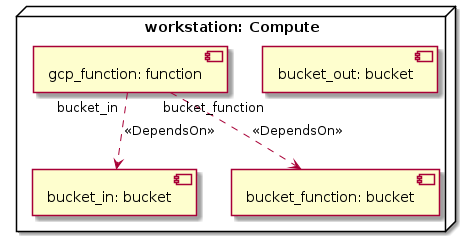
The PlantUML diagram diagrams/cloud-gcp-thumbnail-generator-service-uml2-deployment-diagram.png in xlab-si/xopera-examples, before a commit. Its diagram source:
```plantuml
@startuml
skinparam componentStyle uml2

node "workstation: Compute" as node_workstation {
component "bucket_in: bucket" as node_bucket_in
component "bucket_out: bucket" as node_bucket_out
component "bucket_function: bucket" as node_bucket_function
component "gcp_function: function" as node_gcp_function
}
node_gcp_function "bucket_in" ..> node_bucket_in : <<DependsOn>>
node_gcp_function "bucket_function" ..> node_bucket_function : <<DependsOn>>
@enduml
```
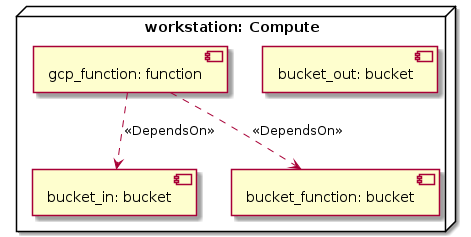
The same diagram one commit later.

Change to the diagram source:
```diff
@@ -7,6 +7,6 @@
 component "bucket_function: bucket" as node_bucket_function
 component "gcp_function: function" as node_gcp_function
 }
-node_gcp_function "bucket_in" ..> node_bucket_in : <<DependsOn>>
-node_gcp_function "bucket_function" ..> node_bucket_function : <<DependsOn>>
+node_gcp_function ..> node_bucket_in : <<DependsOn>>
+node_gcp_function ..> node_bucket_function : <<DependsOn>>
 @enduml
```
